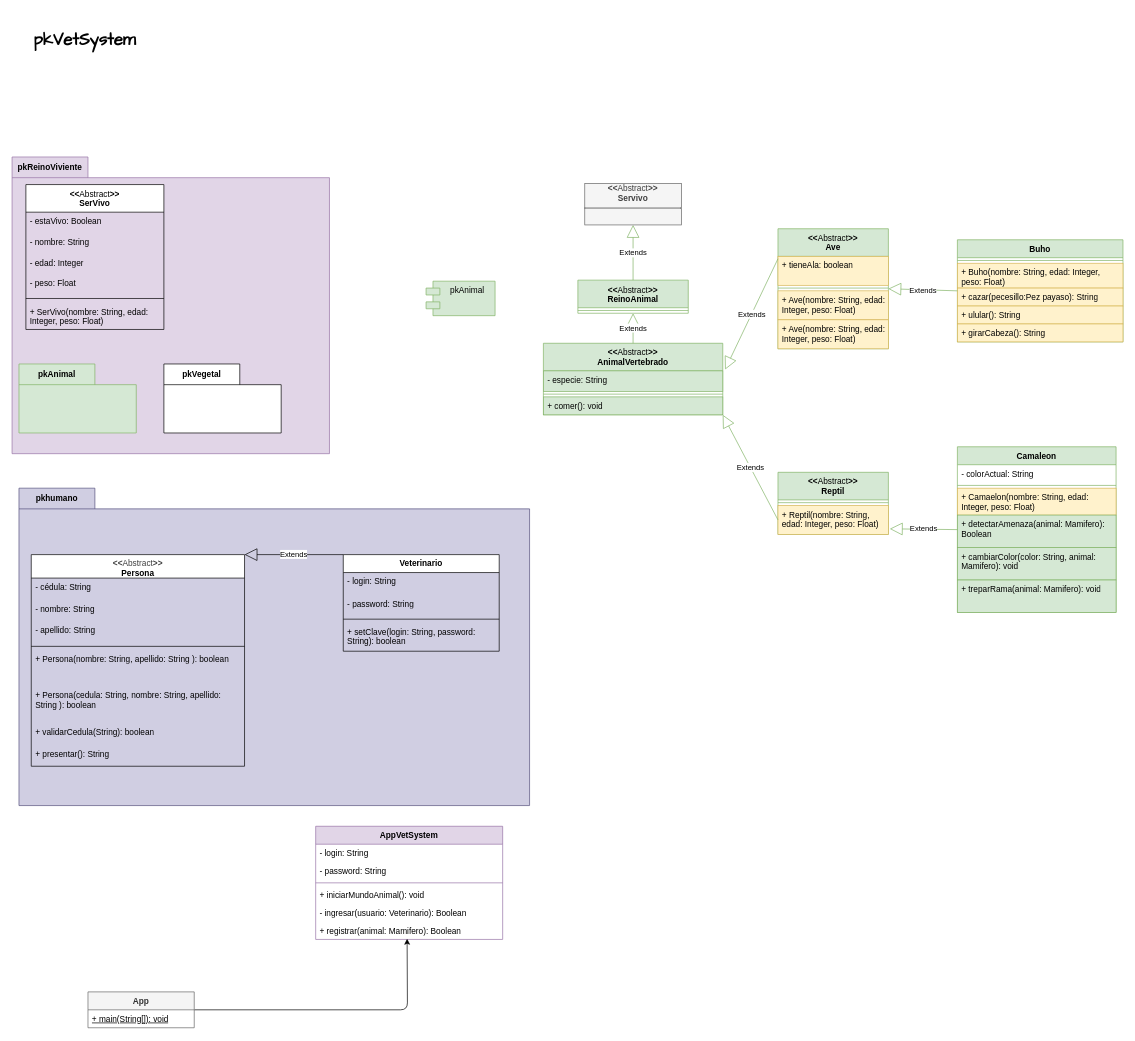
Earlier version of the draw.io diagram g1_ReinoAnimal/design/01ClassDiagram.drawio (Ariana0-0/g1_ReinoAnimal). Source tidied: cells renumbered, new cells numbered last; positions are measured from the earlier drawing's top-left corner, leaving out a move shared by most shapes. Both pictures are drawn from the tidied source at 69%, with x=0, y=0 at pixel (12, 12).
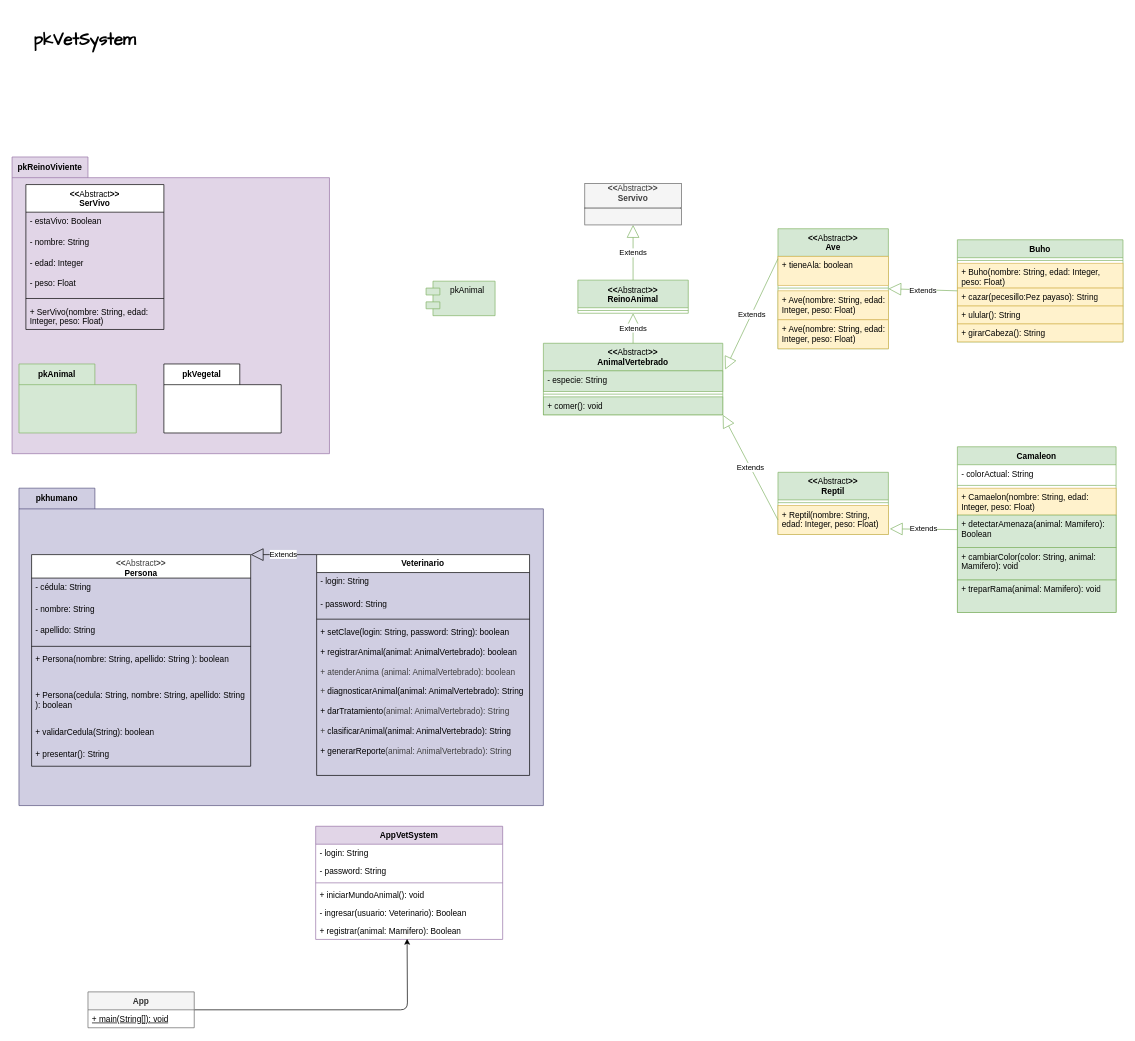
Above is the later version.

Commit message (it also covers changes not shown here):
Agrego métodos y atributos a la clase Veterinario y actualizo diagrama UML

Change to the diagram source:
```diff
@@
     <mxCell id="15" value="pkhumano" style="shape=folder;fontStyle=1;tabWidth=110;tabHeight=30;tabPosition=left;html=1;boundedLbl=1;labelInHeader=1;whiteSpace=wrap;fillColor=#d0cee2;strokeColor=#56517e;" parent="1" vertex="1">
-      <mxGeometry x="10" y="690" width="740" height="460" as="geometry" />
+      <mxGeometry x="10" y="690" width="760" height="460" as="geometry" />
     </mxCell>
     <mxCell id="16" style="html=1;strokeColor=none;fillColor=none;whiteSpace=wrap;" parent="15" vertex="1">
-      <mxGeometry width="546.53" height="238" relative="1" as="geometry">
+      <mxGeometry width="561.31" height="238" relative="1" as="geometry">
         <mxPoint y="30" as="offset" />
       </mxGeometry>
     </mxCell>
     <mxCell id="17" style="group;" parent="15" vertex="1">
-      <mxGeometry x="17.8" y="48" width="692.2" height="362" as="geometry" />
+      <mxGeometry x="18.3" y="48" width="710.9" height="362" as="geometry" />
     </mxCell>
     <mxCell id="18" value="&lt;div&gt;&lt;span style=&quot;color: rgb(63, 63, 63);&quot;&gt;&amp;lt;&amp;lt;&lt;/span&gt;&lt;span style=&quot;color: rgb(63, 63, 63); scrollbar-color: rgb(226, 226, 226) rgb(251, 251, 251); font-weight: normal;&quot;&gt;Abstract&lt;/span&gt;&lt;span style=&quot;color: rgb(63, 63, 63);&quot;&gt;&amp;gt;&amp;gt;&lt;/span&gt;&lt;/div&gt;Persona&lt;div&gt;&lt;br&gt;&lt;/div&gt;" style="swimlane;fontStyle=1;align=center;verticalAlign=top;horizontal=1;startSize=34;whiteSpace=wrap;html=1;" parent="17" vertex="1">
-      <mxGeometry y="48.3" width="309.1" height="306.7" as="geometry" />
+      <mxGeometry y="48.3" width="317.5" height="306.7" as="geometry" />
     </mxCell>
     <mxCell id="19" value="- cédula: String" style="text;strokeColor=none;fillColor=none;align=left;verticalAlign=top;spacingLeft=4;spacingRight=4;overflow=hidden;whiteSpace=wrap;html=1;" parent="18" vertex="1">
-      <mxGeometry y="34" width="309.1" height="31.4" as="geometry" />
+      <mxGeometry y="34" width="317.5" height="31.4" as="geometry" />
     </mxCell>
     <mxCell id="20" value="- nombre: String" style="text;strokeColor=none;fillColor=none;align=left;verticalAlign=top;spacingLeft=4;spacingRight=4;overflow=hidden;whiteSpace=wrap;html=1;" parent="18" vertex="1">
-      <mxGeometry y="65.4" width="309.1" height="31.4" as="geometry" />
+      <mxGeometry y="65.4" width="317.5" height="31.4" as="geometry" />
     </mxCell>
     <mxCell id="21" value="- apellido: String" style="text;strokeColor=none;fillColor=none;align=left;verticalAlign=top;spacingLeft=4;spacingRight=4;overflow=hidden;whiteSpace=wrap;html=1;" parent="18" vertex="1">
-      <mxGeometry y="96.7" width="309.1" height="31.4" as="geometry" />
+      <mxGeometry y="96.7" width="317.5" height="31.4" as="geometry" />
     </mxCell>
     <mxCell id="22" style="line;strokeWidth=1;fillColor=none;align=left;verticalAlign=middle;spacingTop=-1;spacingLeft=3;spacingRight=3;labelPosition=right;strokeColor=inherit;" parent="18" vertex="1">
-      <mxGeometry y="128.1" width="309.1" height="9.7" as="geometry" />
+      <mxGeometry y="128.1" width="317.5" height="9.7" as="geometry" />
     </mxCell>
     <mxCell id="23" value="+ Persona(nombre: String, apellido: String ): boolean&amp;nbsp;" style="text;strokeColor=none;fillColor=none;align=left;verticalAlign=top;spacingLeft=4;spacingRight=4;overflow=hidden;whiteSpace=wrap;html=1;" parent="18" vertex="1">
-      <mxGeometry y="137.8" width="309.1" height="53.1" as="geometry" />
+      <mxGeometry y="137.8" width="317.5" height="53.1" as="geometry" />
     </mxCell>
     <mxCell id="24" value="+ Persona(cedula: String, nombre: String, apellido: String ): boolean&amp;nbsp;" style="text;strokeColor=none;fillColor=none;align=left;verticalAlign=top;spacingLeft=4;spacingRight=4;overflow=hidden;whiteSpace=wrap;html=1;" parent="18" vertex="1">
-      <mxGeometry y="190.9" width="309.1" height="53.1" as="geometry" />
+      <mxGeometry y="190.9" width="317.5" height="53.1" as="geometry" />
     </mxCell>
     <mxCell id="25" value="+ validarCedula(String): boolean" style="text;strokeColor=none;fillColor=none;align=left;verticalAlign=top;spacingLeft=4;spacingRight=4;overflow=hidden;whiteSpace=wrap;html=1;" parent="18" vertex="1">
-      <mxGeometry y="244" width="309.1" height="31.4" as="geometry" />
+      <mxGeometry y="244" width="317.5" height="31.4" as="geometry" />
     </mxCell>
     <mxCell id="26" value="+ presentar(): String" style="text;strokeColor=none;fillColor=none;align=left;verticalAlign=top;spacingLeft=4;spacingRight=4;overflow=hidden;whiteSpace=wrap;html=1;" parent="18" vertex="1">
-      <mxGeometry y="275.3" width="309.1" height="31.4" as="geometry" />
+      <mxGeometry y="275.3" width="317.5" height="31.4" as="geometry" />
     </mxCell>
     <mxCell id="27" value="&lt;div&gt;Veterinario&lt;/div&gt;" style="swimlane;fontStyle=1;align=center;verticalAlign=top;horizontal=1;startSize=26;whiteSpace=wrap;html=1;" parent="15" vertex="1">
-      <mxGeometry x="470" y="96.3" width="226" height="140" as="geometry" />
+      <mxGeometry x="431.4" y="96.3" width="308.6" height="320" as="geometry" />
     </mxCell>
     <mxCell id="28" value="- login: String" style="text;strokeColor=none;fillColor=none;align=left;verticalAlign=top;spacingLeft=4;spacingRight=4;overflow=hidden;whiteSpace=wrap;html=1;" parent="27" vertex="1">
-      <mxGeometry y="26" width="226" height="31.4" as="geometry" />
+      <mxGeometry y="26" width="308.6" height="31.4" as="geometry" />
     </mxCell>
     <mxCell id="29" value="- password: String" style="text;strokeColor=none;fillColor=none;align=left;verticalAlign=top;spacingLeft=4;spacingRight=4;overflow=hidden;whiteSpace=wrap;html=1;" parent="27" vertex="1">
-      <mxGeometry y="57.4" width="226" height="31.4" as="geometry" />
+      <mxGeometry y="57.4" width="308.6" height="31.4" as="geometry" />
     </mxCell>
     <mxCell id="30" style="line;strokeWidth=1;fillColor=none;align=left;verticalAlign=middle;spacingTop=-1;spacingLeft=3;spacingRight=3;labelPosition=right;strokeColor=inherit;" parent="27" vertex="1">
-      <mxGeometry y="88.7" width="226" height="9.7" as="geometry" />
+      <mxGeometry y="88.7" width="308.6" height="9.7" as="geometry" />
     </mxCell>
-    <mxCell id="31" value="+ setClave(login: String, password: String): boolean" style="text;strokeColor=none;fillColor=none;align=left;verticalAlign=top;spacingLeft=4;spacingRight=4;overflow=hidden;whiteSpace=wrap;html=1;" parent="27" vertex="1">
-      <mxGeometry y="98.4" width="226" height="41.6" as="geometry" />
+    <mxCell id="31" value="+ setClave(login: String, password: String): boolean&lt;div&gt;&lt;font color=&quot;#000000&quot;&gt;&lt;br&gt;&lt;/font&gt;&lt;div&gt;&lt;div&gt;+ registrarAnimal(animal: AnimalVertebrado): boolean&lt;/div&gt;&lt;div&gt;&lt;span style=&quot;color: rgb(63, 63, 63); background-color: transparent;&quot;&gt;&lt;br&gt;&lt;/span&gt;&lt;/div&gt;&lt;div&gt;&lt;span style=&quot;color: rgb(63, 63, 63); background-color: transparent;&quot;&gt;+ atenderAnima&amp;nbsp;&lt;/span&gt;&lt;span style=&quot;background-color: transparent; color: rgb(63, 63, 63);&quot;&gt;(animal: AnimalVertebrado): boolean&lt;/span&gt;&lt;/div&gt;&lt;div&gt;&lt;span style=&quot;background-color: transparent; color: rgb(63, 63, 63);&quot;&gt;&lt;br&gt;&lt;/span&gt;&lt;/div&gt;&lt;div&gt;&lt;span style=&quot;color: rgb(63, 63, 63); background-color: transparent;&quot;&gt;+&amp;nbsp;&lt;/span&gt;&lt;span style=&quot;background-color: transparent;&quot;&gt;diagnosticarAnimal(animal: AnimalVertebrado): String&lt;/span&gt;&lt;/div&gt;&lt;div&gt;&lt;span style=&quot;background-color: transparent;&quot;&gt;&lt;br&gt;&lt;/span&gt;&lt;/div&gt;&lt;div&gt;+ darTratamiento&lt;span style=&quot;color: rgb(63, 63, 63); background-color: transparent;&quot;&gt;(animal: AnimalVertebrado): String&lt;/span&gt;&lt;/div&gt;&lt;div&gt;&lt;span style=&quot;color: rgb(63, 63, 63); background-color: transparent;&quot;&gt;&lt;br&gt;&lt;/span&gt;&lt;/div&gt;&lt;div&gt;&lt;span style=&quot;color: rgb(63, 63, 63); background-color: transparent;&quot;&gt;+&amp;nbsp;&lt;/span&gt;&lt;span style=&quot;background-color: transparent;&quot;&gt;clasificarAnimal(animal: AnimalVertebrado): String&lt;/span&gt;&lt;/div&gt;&lt;div&gt;&lt;span style=&quot;background-color: transparent;&quot;&gt;&lt;br&gt;&lt;/span&gt;&lt;/div&gt;&lt;div&gt;&lt;span style=&quot;background-color: transparent;&quot;&gt;+ generarReporte&lt;/span&gt;&lt;span style=&quot;color: rgb(63, 63, 63); background-color: transparent;&quot;&gt;(animal: AnimalVertebrado): String&lt;/span&gt;&lt;/div&gt;&lt;div&gt;&lt;span style=&quot;background-color: transparent;&quot;&gt;&lt;br&gt;&lt;/span&gt;&lt;/div&gt;&lt;div&gt;&lt;span style=&quot;background-color: transparent;&quot;&gt;&lt;br&gt;&lt;/span&gt;&lt;/div&gt;&lt;div&gt;&lt;br&gt;&lt;/div&gt;&lt;/div&gt;&lt;/div&gt;" style="text;strokeColor=none;fillColor=none;align=left;verticalAlign=top;spacingLeft=4;spacingRight=4;overflow=hidden;whiteSpace=wrap;html=1;" parent="27" vertex="1">
+      <mxGeometry y="98.4" width="308.6" height="221.6" as="geometry" />
     </mxCell>
```
